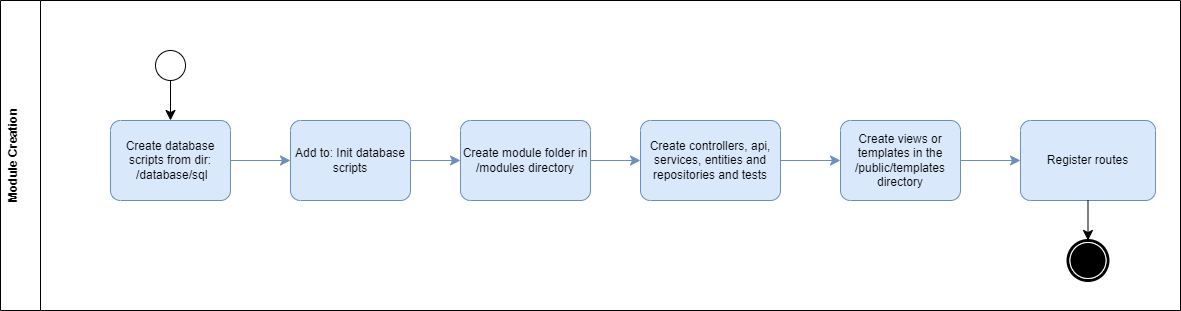
Earlier version of the draw.io export docs/Module Creation.png (ortizdavid/golang-modular-software). Source tidied: cells renumbered, new cells last; positions are measured from the earlier drawing's top-left corner, leaving out a move shared by most shapes.
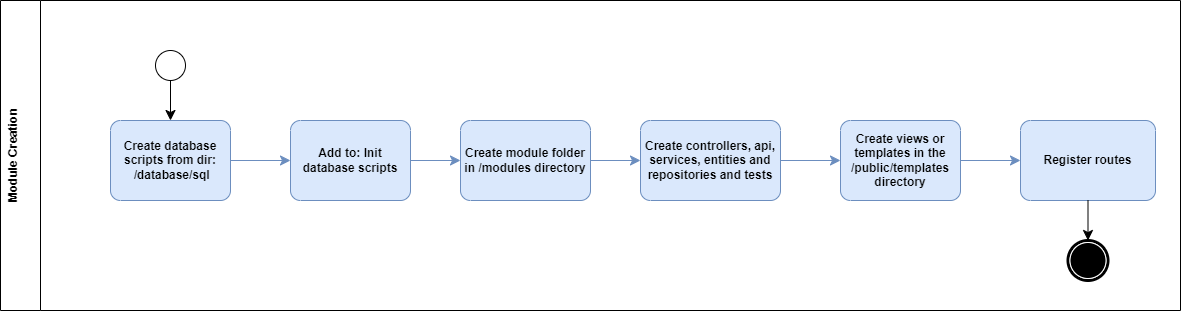
The same file after the commit.

Diff of the diagram source:
```diff
@@ -5,52 +5,52 @@
     <mxCell id="2" value="&lt;div&gt;Module Creation&lt;/div&gt;&lt;div&gt;&lt;br&gt;&lt;/div&gt;" style="swimlane;startSize=40;horizontal=0;html=1;whiteSpace=wrap;" parent="1" vertex="1">
       <mxGeometry width="1180" height="310" as="geometry" />
     </mxCell>
-    <mxCell id="3" value="Create module folder in /modules directory" style="points=[[0.25,0,0],[0.5,0,0],[0.75,0,0],[1,0.25,0],[1,0.5,0],[1,0.75,0],[0.75,1,0],[0.5,1,0],[0.25,1,0],[0,0.75,0],[0,0.5,0],[0,0.25,0]];shape=mxgraph.bpmn.task;whiteSpace=wrap;rectStyle=rounded;size=10;html=1;taskMarker=abstract;fillColor=#dae8fc;strokeColor=#6c8ebf;" parent="2" vertex="1">
+    <mxCell id="3" value="Create module folder in /modules directory" style="points=[[0.25,0,0],[0.5,0,0],[0.75,0,0],[1,0.25,0],[1,0.5,0],[1,0.75,0],[0.75,1,0],[0.5,1,0],[0.25,1,0],[0,0.75,0],[0,0.5,0],[0,0.25,0]];shape=mxgraph.bpmn.task;whiteSpace=wrap;rectStyle=rounded;size=10;html=1;taskMarker=abstract;fillColor=#dae8fc;strokeColor=#6c8ebf;fontStyle=1;" parent="2" vertex="1">
       <mxGeometry x="460" y="120" width="130" height="80" as="geometry" />
     </mxCell>
-    <mxCell id="4" value="Register routes" style="points=[[0.25,0,0],[0.5,0,0],[0.75,0,0],[1,0.25,0],[1,0.5,0],[1,0.75,0],[0.75,1,0],[0.5,1,0],[0.25,1,0],[0,0.75,0],[0,0.5,0],[0,0.25,0]];shape=mxgraph.bpmn.task;whiteSpace=wrap;rectStyle=rounded;size=10;html=1;taskMarker=abstract;fillColor=#dae8fc;strokeColor=#6c8ebf;" parent="2" vertex="1">
+    <mxCell id="4" value="Register routes" style="points=[[0.25,0,0],[0.5,0,0],[0.75,0,0],[1,0.25,0],[1,0.5,0],[1,0.75,0],[0.75,1,0],[0.5,1,0],[0.25,1,0],[0,0.75,0],[0,0.5,0],[0,0.25,0]];shape=mxgraph.bpmn.task;whiteSpace=wrap;rectStyle=rounded;size=10;html=1;taskMarker=abstract;fillColor=#dae8fc;strokeColor=#6c8ebf;fontStyle=1;" parent="2" vertex="1">
       <mxGeometry x="1020" y="120" width="135" height="80" as="geometry" />
     </mxCell>
-    <mxCell id="5" value="Create database scripts from dir:&lt;div&gt;&amp;nbsp;/database/sql&lt;/div&gt;" style="points=[[0.25,0,0],[0.5,0,0],[0.75,0,0],[1,0.25,0],[1,0.5,0],[1,0.75,0],[0.75,1,0],[0.5,1,0],[0.25,1,0],[0,0.75,0],[0,0.5,0],[0,0.25,0]];shape=mxgraph.bpmn.task;whiteSpace=wrap;rectStyle=rounded;size=10;html=1;taskMarker=abstract;fillColor=#dae8fc;strokeColor=#6c8ebf;" parent="2" vertex="1">
+    <mxCell id="5" value="Create database scripts from dir:&lt;div&gt;&amp;nbsp;/database/sql&lt;/div&gt;" style="points=[[0.25,0,0],[0.5,0,0],[0.75,0,0],[1,0.25,0],[1,0.5,0],[1,0.75,0],[0.75,1,0],[0.5,1,0],[0.25,1,0],[0,0.75,0],[0,0.5,0],[0,0.25,0]];shape=mxgraph.bpmn.task;whiteSpace=wrap;rectStyle=rounded;size=10;html=1;taskMarker=abstract;fillColor=#dae8fc;strokeColor=#6c8ebf;fontStyle=1;" parent="2" vertex="1">
       <mxGeometry x="110" y="120" width="120" height="80" as="geometry" />
     </mxCell>
-    <mxCell id="6" value="Add to: Init database scripts" style="points=[[0.25,0,0],[0.5,0,0],[0.75,0,0],[1,0.25,0],[1,0.5,0],[1,0.75,0],[0.75,1,0],[0.5,1,0],[0.25,1,0],[0,0.75,0],[0,0.5,0],[0,0.25,0]];shape=mxgraph.bpmn.task;whiteSpace=wrap;rectStyle=rounded;size=10;html=1;taskMarker=abstract;fillColor=#dae8fc;strokeColor=#6c8ebf;" parent="2" vertex="1">
+    <mxCell id="6" value="Add to: Init database scripts" style="points=[[0.25,0,0],[0.5,0,0],[0.75,0,0],[1,0.25,0],[1,0.5,0],[1,0.75,0],[0.75,1,0],[0.5,1,0],[0.25,1,0],[0,0.75,0],[0,0.5,0],[0,0.25,0]];shape=mxgraph.bpmn.task;whiteSpace=wrap;rectStyle=rounded;size=10;html=1;taskMarker=abstract;fillColor=#dae8fc;strokeColor=#6c8ebf;fontStyle=1;" parent="2" vertex="1">
       <mxGeometry x="290" y="120" width="120" height="80" as="geometry" />
     </mxCell>
-    <mxCell id="7" value="&lt;div&gt;Create controllers, api, services, entities and repositories and tests&lt;br&gt;&lt;/div&gt;" style="points=[[0.25,0,0],[0.5,0,0],[0.75,0,0],[1,0.25,0],[1,0.5,0],[1,0.75,0],[0.75,1,0],[0.5,1,0],[0.25,1,0],[0,0.75,0],[0,0.5,0],[0,0.25,0]];shape=mxgraph.bpmn.task;whiteSpace=wrap;rectStyle=rounded;size=10;html=1;taskMarker=abstract;fillColor=#dae8fc;strokeColor=#6c8ebf;" parent="2" vertex="1">
+    <mxCell id="7" value="&lt;div&gt;Create controllers, api, services, entities and repositories and tests&lt;br&gt;&lt;/div&gt;" style="points=[[0.25,0,0],[0.5,0,0],[0.75,0,0],[1,0.25,0],[1,0.5,0],[1,0.75,0],[0.75,1,0],[0.5,1,0],[0.25,1,0],[0,0.75,0],[0,0.5,0],[0,0.25,0]];shape=mxgraph.bpmn.task;whiteSpace=wrap;rectStyle=rounded;size=10;html=1;taskMarker=abstract;fillColor=#dae8fc;strokeColor=#6c8ebf;fontStyle=1;" parent="2" vertex="1">
       <mxGeometry x="640" y="120" width="140" height="80" as="geometry" />
     </mxCell>
-    <mxCell id="8" value="Create views or templates in the /public/templates directory" style="points=[[0.25,0,0],[0.5,0,0],[0.75,0,0],[1,0.25,0],[1,0.5,0],[1,0.75,0],[0.75,1,0],[0.5,1,0],[0.25,1,0],[0,0.75,0],[0,0.5,0],[0,0.25,0]];shape=mxgraph.bpmn.task;whiteSpace=wrap;rectStyle=rounded;size=10;html=1;taskMarker=abstract;fillColor=#dae8fc;strokeColor=#6c8ebf;" parent="2" vertex="1">
+    <mxCell id="8" value="Create views or templates in the /public/templates directory" style="points=[[0.25,0,0],[0.5,0,0],[0.75,0,0],[1,0.25,0],[1,0.5,0],[1,0.75,0],[0.75,1,0],[0.5,1,0],[0.25,1,0],[0,0.75,0],[0,0.5,0],[0,0.25,0]];shape=mxgraph.bpmn.task;whiteSpace=wrap;rectStyle=rounded;size=10;html=1;taskMarker=abstract;fillColor=#dae8fc;strokeColor=#6c8ebf;fontStyle=1;" parent="2" vertex="1">
       <mxGeometry x="840" y="120" width="120" height="80" as="geometry" />
     </mxCell>
-    <mxCell id="9" style="edgeStyle=none;curved=1;rounded=0;orthogonalLoop=1;jettySize=auto;html=1;exitX=0.25;exitY=0;exitDx=0;exitDy=0;exitPerimeter=0;fontSize=12;startSize=8;endSize=8;fillColor=#dae8fc;strokeColor=#6c8ebf;" parent="2" edge="1" source="6" target="6">
+    <mxCell id="9" style="edgeStyle=none;curved=1;rounded=0;orthogonalLoop=1;jettySize=auto;html=1;exitX=0.25;exitY=0;exitDx=0;exitDy=0;exitPerimeter=0;fontSize=12;startSize=8;endSize=8;fillColor=#dae8fc;strokeColor=#6c8ebf;fontStyle=1;" parent="2" edge="1" source="6" target="6">
       <mxGeometry relative="1" as="geometry" />
     </mxCell>
-    <mxCell id="10" style="points=[[0.145,0.145,0],[0.5,0,0],[0.855,0.145,0],[1,0.5,0],[0.855,0.855,0],[0.5,1,0],[0.145,0.855,0],[0,0.5,0]];shape=mxgraph.bpmn.event;html=1;verticalLabelPosition=bottom;labelBackgroundColor=#ffffff;verticalAlign=top;align=center;perimeter=ellipsePerimeter;outlineConnect=0;outline=standard;symbol=general;" parent="2" vertex="1">
+    <mxCell id="10" style="points=[[0.145,0.145,0],[0.5,0,0],[0.855,0.145,0],[1,0.5,0],[0.855,0.855,0],[0.5,1,0],[0.145,0.855,0],[0,0.5,0]];shape=mxgraph.bpmn.event;html=1;verticalLabelPosition=bottom;labelBackgroundColor=#ffffff;verticalAlign=top;align=center;perimeter=ellipsePerimeter;outlineConnect=0;outline=standard;symbol=general;fontStyle=1;" parent="2" vertex="1">
       <mxGeometry x="155" y="50" width="30" height="30" as="geometry" />
     </mxCell>
-    <mxCell id="11" style="edgeStyle=none;curved=1;rounded=0;jettySize=auto;html=1;exitX=0.5;exitY=1;exitDx=0;exitDy=0;exitPerimeter=0;entryX=0.5;entryY=0;entryDx=0;entryDy=0;entryPerimeter=0;fontSize=12;startSize=8;endSize=8;" parent="2" edge="1" source="10" target="5">
+    <mxCell id="11" style="edgeStyle=none;curved=1;rounded=0;jettySize=auto;html=1;exitX=0.5;exitY=1;exitDx=0;exitDy=0;exitPerimeter=0;entryX=0.5;entryY=0;entryDx=0;entryDy=0;entryPerimeter=0;fontSize=12;startSize=8;endSize=8;fontStyle=1;" parent="2" edge="1" source="10" target="5">
       <mxGeometry relative="1" as="geometry" />
     </mxCell>
-    <mxCell id="12" style="edgeStyle=none;curved=1;rounded=0;jettySize=auto;html=1;entryX=0;entryY=0.5;entryDx=0;entryDy=0;entryPerimeter=0;fontSize=12;startSize=8;endSize=8;fillColor=#dae8fc;strokeColor=#6c8ebf;" parent="2" edge="1" source="5" target="6">
+    <mxCell id="12" style="edgeStyle=none;curved=1;rounded=0;jettySize=auto;html=1;entryX=0;entryY=0.5;entryDx=0;entryDy=0;entryPerimeter=0;fontSize=12;startSize=8;endSize=8;fillColor=#dae8fc;strokeColor=#6c8ebf;fontStyle=1;" parent="2" edge="1" source="5" target="6">
       <mxGeometry relative="1" as="geometry" />
     </mxCell>
-    <mxCell id="13" style="edgeStyle=none;curved=1;rounded=0;jettySize=auto;html=1;exitX=1;exitY=0.5;exitDx=0;exitDy=0;exitPerimeter=0;entryX=0;entryY=0.5;entryDx=0;entryDy=0;entryPerimeter=0;fontSize=12;startSize=8;endSize=8;fillColor=#dae8fc;strokeColor=#6c8ebf;" parent="2" edge="1" source="6" target="3">
+    <mxCell id="13" style="edgeStyle=none;curved=1;rounded=0;jettySize=auto;html=1;exitX=1;exitY=0.5;exitDx=0;exitDy=0;exitPerimeter=0;entryX=0;entryY=0.5;entryDx=0;entryDy=0;entryPerimeter=0;fontSize=12;startSize=8;endSize=8;fillColor=#dae8fc;strokeColor=#6c8ebf;fontStyle=1;" parent="2" edge="1" source="6" target="3">
       <mxGeometry relative="1" as="geometry" />
     </mxCell>
-    <mxCell id="14" style="edgeStyle=none;curved=1;rounded=0;jettySize=auto;html=1;exitX=1;exitY=0.5;exitDx=0;exitDy=0;exitPerimeter=0;entryX=0;entryY=0.5;entryDx=0;entryDy=0;entryPerimeter=0;fontSize=12;startSize=8;endSize=8;fillColor=#dae8fc;strokeColor=#6c8ebf;" parent="2" edge="1" source="3" target="7">
+    <mxCell id="14" style="edgeStyle=none;curved=1;rounded=0;jettySize=auto;html=1;exitX=1;exitY=0.5;exitDx=0;exitDy=0;exitPerimeter=0;entryX=0;entryY=0.5;entryDx=0;entryDy=0;entryPerimeter=0;fontSize=12;startSize=8;endSize=8;fillColor=#dae8fc;strokeColor=#6c8ebf;fontStyle=1;" parent="2" edge="1" source="3" target="7">
       <mxGeometry relative="1" as="geometry" />
     </mxCell>
-    <mxCell id="15" style="edgeStyle=none;curved=1;rounded=0;jettySize=auto;html=1;exitX=1;exitY=0.5;exitDx=0;exitDy=0;exitPerimeter=0;entryX=0;entryY=0.5;entryDx=0;entryDy=0;entryPerimeter=0;fontSize=12;startSize=8;endSize=8;fillColor=#dae8fc;strokeColor=#6c8ebf;" parent="2" edge="1" source="7" target="8">
+    <mxCell id="15" style="edgeStyle=none;curved=1;rounded=0;jettySize=auto;html=1;exitX=1;exitY=0.5;exitDx=0;exitDy=0;exitPerimeter=0;entryX=0;entryY=0.5;entryDx=0;entryDy=0;entryPerimeter=0;fontSize=12;startSize=8;endSize=8;fillColor=#dae8fc;strokeColor=#6c8ebf;fontStyle=1;" parent="2" edge="1" source="7" target="8">
       <mxGeometry relative="1" as="geometry" />
     </mxCell>
-    <mxCell id="16" style="edgeStyle=none;curved=1;rounded=0;jettySize=auto;html=1;exitX=1;exitY=0.5;exitDx=0;exitDy=0;exitPerimeter=0;entryX=0;entryY=0.5;entryDx=0;entryDy=0;entryPerimeter=0;fontSize=12;startSize=8;endSize=8;fillColor=#dae8fc;strokeColor=#6c8ebf;" parent="2" edge="1" source="8" target="4">
+    <mxCell id="16" style="edgeStyle=none;curved=1;rounded=0;jettySize=auto;html=1;exitX=1;exitY=0.5;exitDx=0;exitDy=0;exitPerimeter=0;entryX=0;entryY=0.5;entryDx=0;entryDy=0;entryPerimeter=0;fontSize=12;startSize=8;endSize=8;fillColor=#dae8fc;strokeColor=#6c8ebf;fontStyle=1;" parent="2" edge="1" source="8" target="4">
       <mxGeometry relative="1" as="geometry" />
     </mxCell>
-    <mxCell id="17" style="shape=mxgraph.bpmn.event;html=1;verticalLabelPosition=bottom;labelBackgroundColor=#ffffff;verticalAlign=top;align=center;perimeter=ellipsePerimeter;outline=end;symbol=terminate;" parent="2" vertex="1">
+    <mxCell id="17" style="shape=mxgraph.bpmn.event;html=1;verticalLabelPosition=bottom;labelBackgroundColor=#ffffff;verticalAlign=top;align=center;perimeter=ellipsePerimeter;outline=end;symbol=terminate;fontStyle=1;" parent="2" vertex="1">
       <mxGeometry x="1067.5" y="240" width="40" height="40" as="geometry" />
     </mxCell>
-    <mxCell id="18" style="edgeStyle=none;curved=1;rounded=0;jettySize=auto;html=1;entryX=0.5;entryY=0;entryDx=0;entryDy=0;entryPerimeter=0;fontSize=12;startSize=8;endSize=8;" parent="2" edge="1" source="4">
+    <mxCell id="18" style="edgeStyle=none;curved=1;rounded=0;jettySize=auto;html=1;entryX=0.5;entryY=0;entryDx=0;entryDy=0;entryPerimeter=0;fontSize=12;startSize=8;endSize=8;fontStyle=1;" parent="2" edge="1" source="4">
       <mxGeometry relative="1" as="geometry">
         <mxPoint x="1087.5" y="240" as="targetPoint" />
       </mxGeometry>
```
